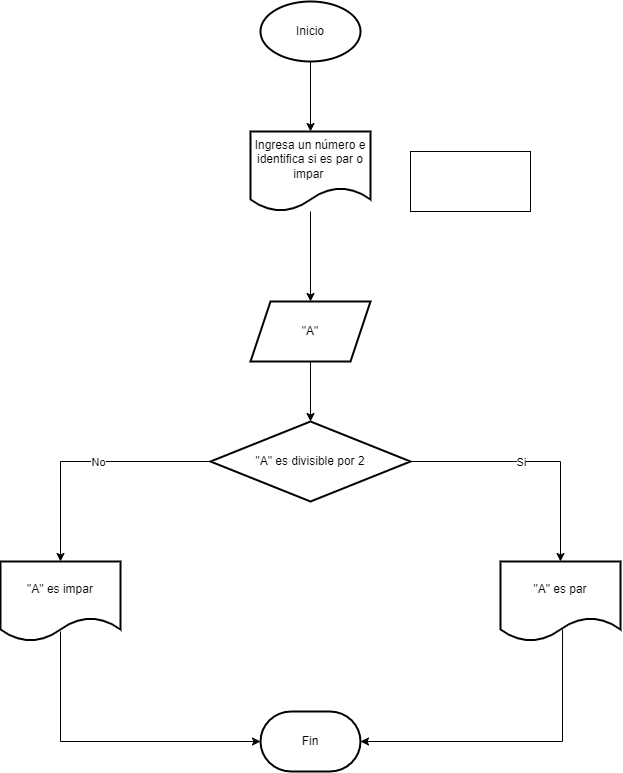
Before: Diagrama sin título.drawio.png, a diagram exported from draw.io (revertd/class-projects). Source tidied: cells renumbered, new cells last; positions are measured from the earlier drawing's top-left corner, leaving out a move shared by most shapes.
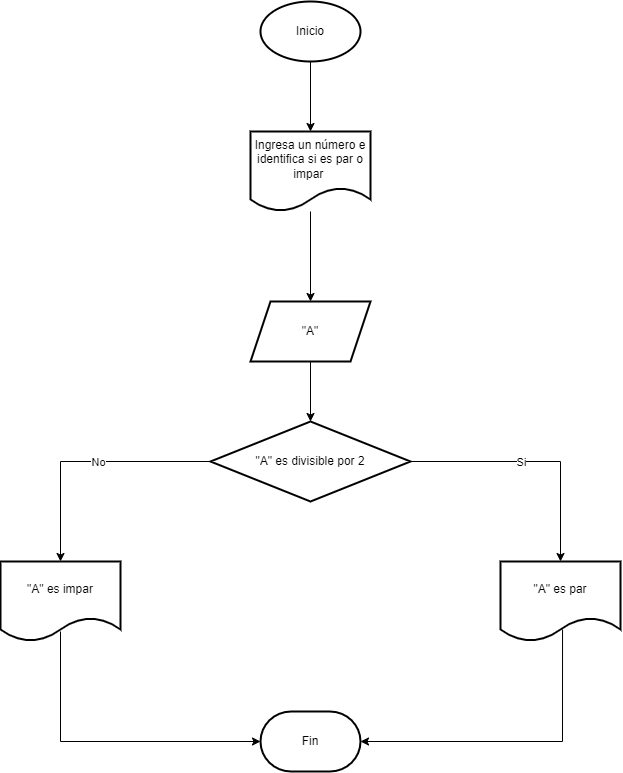
Later version of the same file.

Change to the diagram source:
```diff
@@ -60,8 +60,5 @@
     <mxCell id="17" value="Fin" style="strokeWidth=2;html=1;shape=mxgraph.flowchart.terminator;whiteSpace=wrap;" parent="1" vertex="1">
       <mxGeometry x="260" y="710" width="100" height="60" as="geometry" />
     </mxCell>
-    <mxCell id="18" style="whiteSpace=wrap;html=1;" parent="1" vertex="1">
-      <mxGeometry x="410" y="150" width="120" height="60" as="geometry" />
-    </mxCell>
   </root>
 </mxGraphModel>
```
